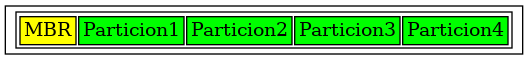
This is PROYECTO/rep.png from Bvhdc/MIAVAC22, a Graphviz export, as it was before one commit. Its source is kept beside it as PROYECTO/rep.dot. Source of this version:
```dot
digraph DSK {
node [shape=record];struct0 [label=<<table><tr><td bgcolor="yellow">MBR</td><td bgcolor="green">Particion1</td><td bgcolor="green">Particion2</td><td bgcolor="green">Particion3</td><td bgcolor="green">Particion4</td></tr></table>>];
}
```
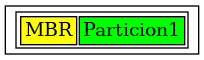
After the change.

Diff of the diagram source:
```diff
@@ -1,3 +1,3 @@
 digraph DSK {
-node [shape=record];struct0 [label=<<table><tr><td bgcolor="yellow">MBR</td><td bgcolor="green">Particion1</td><td bgcolor="green">Particion2</td><td bgcolor="green">Particion3</td><td bgcolor="green">Particion4</td></tr></table>>];
+node [shape=record];struct0 [label=<<table><tr><td bgcolor="yellow">MBR</td><td bgcolor="green">Particion1</td></tr></table>>];
 }
```
